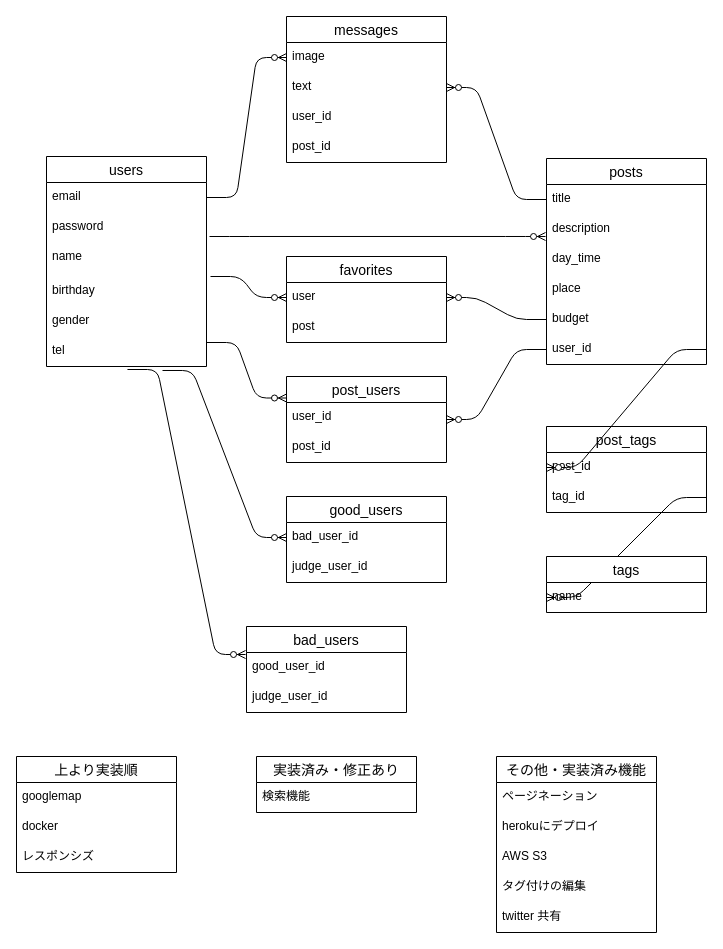
koyama1058/oriapp keeps this draw.io diagram as oriapp2.dio. Above is the earlier version. Source tidied: cells renumbered, new cells numbered last; positions are measured from the earlier drawing's top-left corner, leaving out a move shared by most shapes. Both pictures are drawn from the tidied source at 100%, with x=0, y=0 at pixel (16, 16).
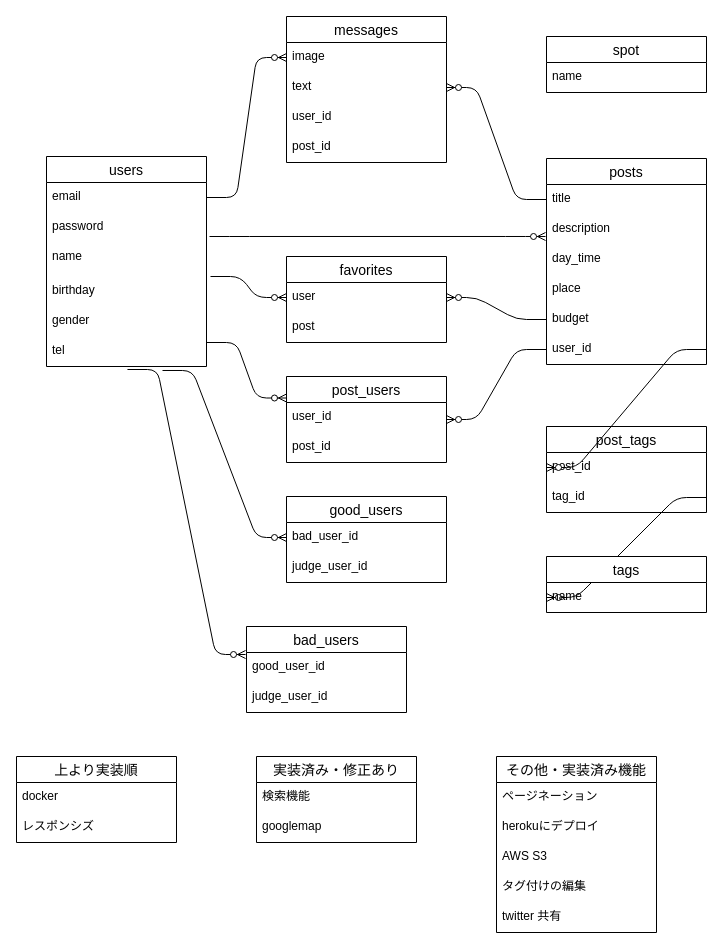
Above is the later version.

Diff of the diagram source:
```diff
@@
     <mxCell id="32" value="上より実装順" style="swimlane;fontStyle=0;horizontal=1;startSize=26;align=center;fontSize=14;" parent="1" vertex="1">
-      <mxGeometry y="740" width="160" height="116" as="geometry" />
+      <mxGeometry y="740" width="160" height="86" as="geometry" />
     </mxCell>
-    <mxCell id="33" value="googlemap" style="text;strokeColor=none;fillColor=none;spacingLeft=4;spacingRight=4;overflow=hidden;fontSize=12;" parent="32" vertex="1">
-      <mxGeometry y="26" width="160" height="30" as="geometry" />
-    </mxCell>
     <mxCell id="34" value="docker" style="text;strokeColor=none;fillColor=none;spacingLeft=4;spacingRight=4;overflow=hidden;fontSize=12;" parent="32" vertex="1">
-      <mxGeometry y="56" width="160" height="30" as="geometry" />
+      <mxGeometry y="26" width="160" height="30" as="geometry" />
     </mxCell>
     <mxCell id="35" value="レスポンシズ" style="text;strokeColor=none;fillColor=none;spacingLeft=4;spacingRight=4;overflow=hidden;fontSize=12;" parent="32" vertex="1">
-      <mxGeometry y="86" width="160" height="30" as="geometry" />
+      <mxGeometry y="56" width="160" height="30" as="geometry" />
     </mxCell>
     <mxCell id="36" value="実装済み・修正あり" style="swimlane;fontStyle=0;horizontal=1;startSize=26;align=center;fontSize=14;" parent="1" vertex="1">
-      <mxGeometry x="240" y="740" width="160" height="56" as="geometry" />
+      <mxGeometry x="240" y="740" width="160" height="86" as="geometry" />
     </mxCell>
@@
+    <mxCell id="33" value="googlemap" style="text;strokeColor=none;fillColor=none;spacingLeft=4;spacingRight=4;overflow=hidden;fontSize=12;" parent="36" vertex="1">
+      <mxGeometry y="56" width="160" height="30" as="geometry" />
+    </mxCell>
@@
+    <mxCell id="61" value="spot" style="swimlane;fontStyle=0;horizontal=1;startSize=26;align=center;fontSize=14;" parent="1" vertex="1">
+      <mxGeometry x="530" y="20" width="160" height="56" as="geometry" />
+    </mxCell>
+    <mxCell id="62" value="name" style="text;strokeColor=none;fillColor=none;spacingLeft=4;spacingRight=4;overflow=hidden;fontSize=12;" parent="61" vertex="1">
+      <mxGeometry y="26" width="160" height="30" as="geometry" />
+    </mxCell>
```
